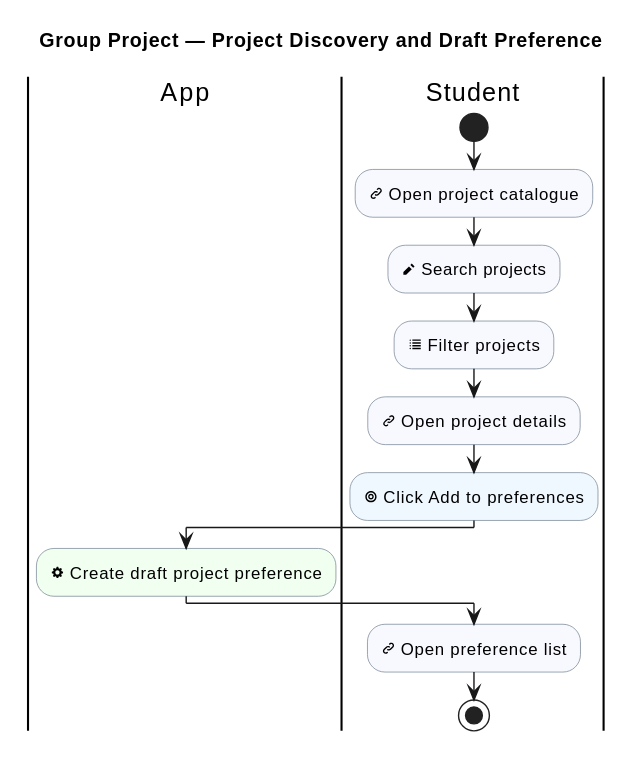
The PlantUML diagram industrial-placement-group-project/diagrams/group-project/project-discovery-and-draft-preference.svg in sdflkjssl/sdflkjssl.github.io, before a commit.
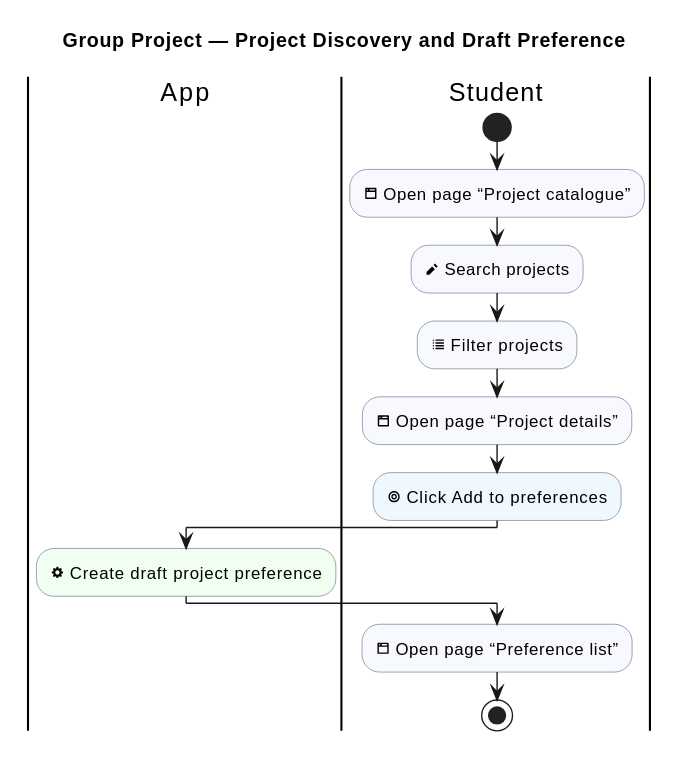
After the change.

Diff of the diagram source:
```diff
@@ -12,14 +12,14 @@
 
 |Student|
 start
-:<&link-intact> Open project catalogue; <<#GhostWhite>>
+:<&browser> Open page “Project catalogue”; <<#GhostWhite>>
 :<&pencil> Search projects; <<#GhostWhite>>
 :<&list> Filter projects; <<#GhostWhite>>
-:<&link-intact> Open project details; <<#GhostWhite>>
+:<&browser> Open page “Project details”; <<#GhostWhite>>
 :<&target> Click Add to preferences; <<#AliceBlue>>
 |App|
 :<&cog> Create draft project preference; <<#HoneyDew>>
 |Student|
-:<&link-intact> Open preference list; <<#GhostWhite>>
+:<&browser> Open page “Preference list”; <<#GhostWhite>>
 stop
 @enduml
```
